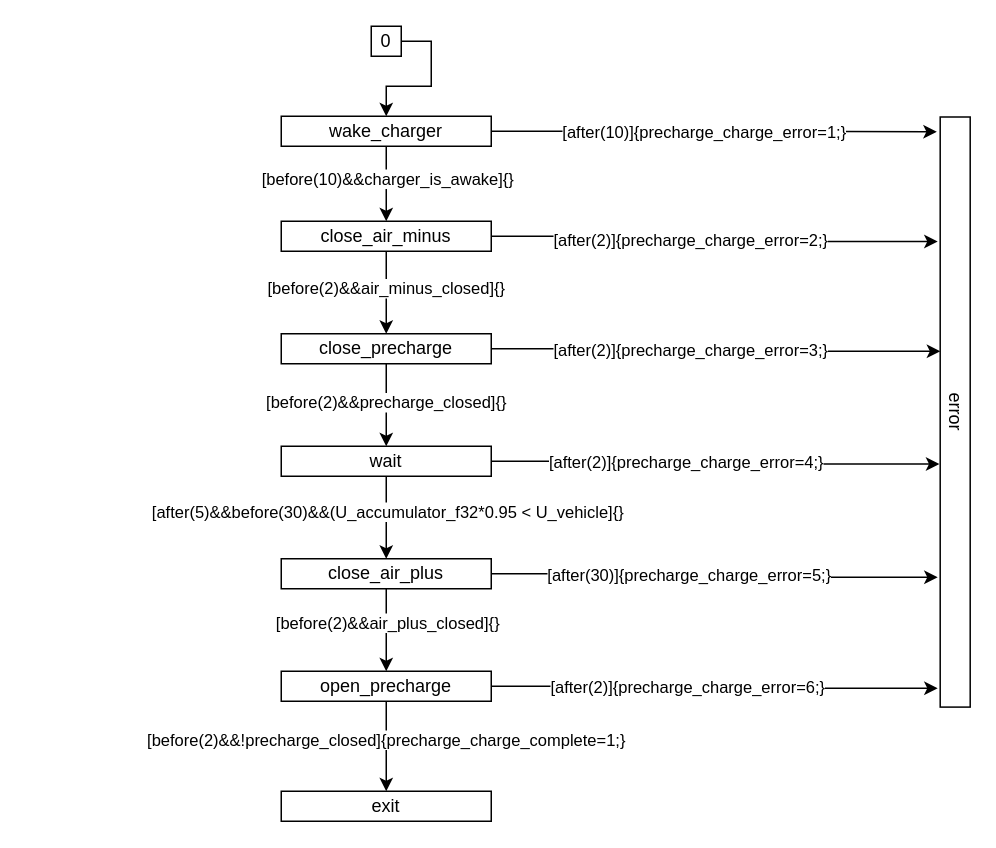
The draw.io diagram page "precharge_charge" (3 of 5) of xver/xsm/XML/graph.drawio in osceri/AMS-CC, before the edit. Source tidied: cells renumbered, new cells numbered last; positions are measured from the earlier drawing's top-left corner, leaving out a move shared by most shapes. Both pictures are drawn from the tidied source at 150%, with x=0, y=0 at pixel (280, 26).
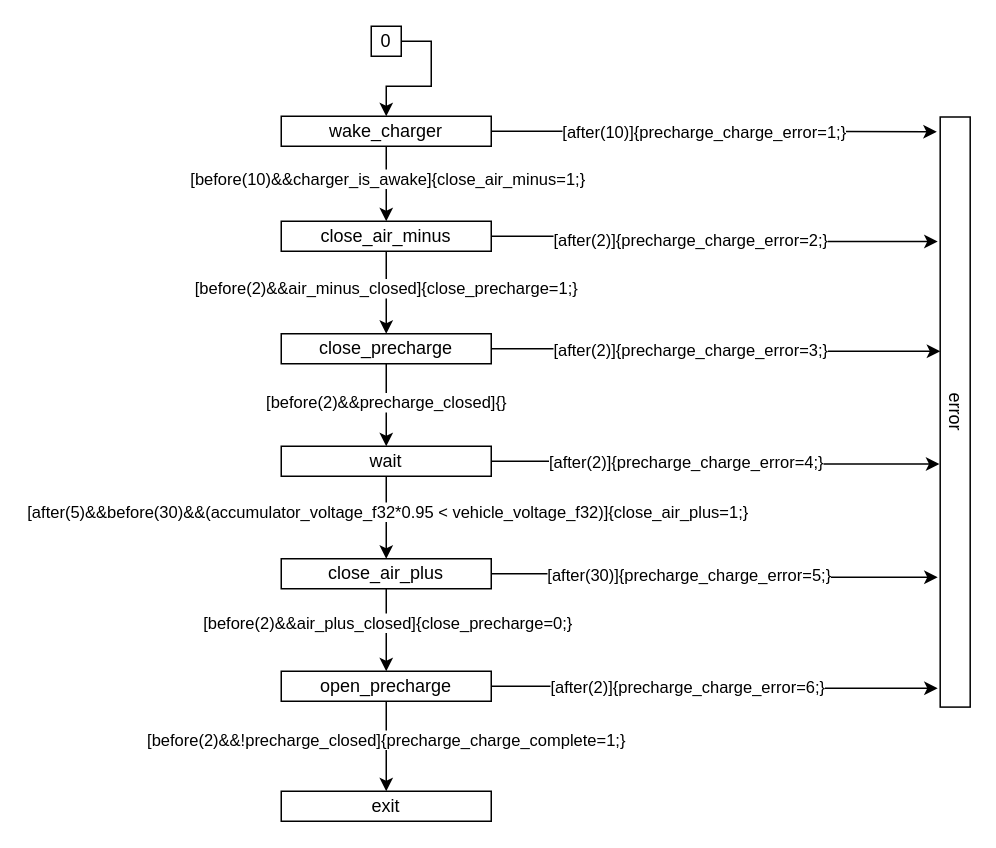
The same page after the edit.

Unchanged cells that the change refers to:
```xml
<mxCell id="2" style="edgeStyle=orthogonalEdgeStyle;rounded=0;jettySize=auto;html=1;exitX=0.5;exitY=1;exitDx=0;exitDy=0;entryX=0.5;entryY=0;entryDx=0;entryDy=0;" parent="1" edge="1" source="6" target="11">
  <mxGeometry relative="1" as="geometry" />
</mxCell>
<mxCell id="12" style="edgeStyle=orthogonalEdgeStyle;rounded=0;jettySize=auto;html=1;exitX=0.5;exitY=1;exitDx=0;exitDy=0;entryX=0.5;entryY=0;entryDx=0;entryDy=0;" parent="1" edge="1" source="16" target="21">
  <mxGeometry relative="1" as="geometry" />
</mxCell>
<mxCell id="17" style="edgeStyle=orthogonalEdgeStyle;rounded=0;jettySize=auto;html=1;exitX=0.5;exitY=1;exitDx=0;exitDy=0;entryX=0.5;entryY=0;entryDx=0;entryDy=0;" parent="1" edge="1" source="21" target="26">
  <mxGeometry relative="1" as="geometry" />
</mxCell>
<mxCell id="31" style="edgeStyle=orthogonalEdgeStyle;rounded=0;jettySize=auto;html=1;exitX=0.5;exitY=1;exitDx=0;exitDy=0;entryX=0.5;entryY=0;entryDx=0;entryDy=0;" parent="1" edge="1" source="35" target="6">
  <mxGeometry relative="1" as="geometry" />
</mxCell>
```

Change to the diagram source:
```diff
@@
-    <mxCell id="3" value="[before(2)&amp;amp;&amp;amp;air_minus_closed]{}" style="edgeLabel;html=1;align=center;verticalAlign=middle;" parent="2" vertex="1">
+    <mxCell id="3" value="[before(2)&amp;amp;&amp;amp;air_minus_closed]{close_precharge=1;}" style="edgeLabel;html=1;align=center;verticalAlign=middle;" parent="2" vertex="1">
       <mxGeometry x="-0.13" y="-1" relative="1" as="geometry" />
     </mxCell>
@@
-    <mxCell id="13" value="[after(5)&amp;amp;&amp;amp;before(30)&amp;amp;&amp;amp;(U_accumulator_f32*0.95 &amp;lt; U_vehicle]{}" style="edgeLabel;html=1;align=center;verticalAlign=middle;" parent="12" vertex="1">
+    <mxCell id="13" value="[after(5)&amp;amp;&amp;amp;before(30)&amp;amp;&amp;amp;(accumulator_voltage_f32*0.95 &amp;lt; vehicle_voltage_f32)]{close_air_plus=1;}" style="edgeLabel;html=1;align=center;verticalAlign=middle;" parent="12" vertex="1">
       <mxGeometry x="-0.17" relative="1" as="geometry" />
     </mxCell>
@@
-    <mxCell id="18" value="[before(2)&amp;amp;&amp;amp;air_plus_closed]{}" style="edgeLabel;html=1;align=center;verticalAlign=middle;" parent="17" vertex="1">
+    <mxCell id="18" value="[before(2)&amp;amp;&amp;amp;air_plus_closed]{close_precharge=0;}" style="edgeLabel;html=1;align=center;verticalAlign=middle;" parent="17" vertex="1">
       <mxGeometry x="-0.21" relative="1" as="geometry" />
     </mxCell>
@@
-    <mxCell id="32" value="[before(10)&amp;amp;&amp;amp;charger_is_awake]{}" style="edgeLabel;html=1;align=center;verticalAlign=middle;" parent="31" vertex="1">
+    <mxCell id="32" value="[before(10)&amp;amp;&amp;amp;charger_is_awake]{close_air_minus=1;}" style="edgeLabel;html=1;align=center;verticalAlign=middle;" parent="31" vertex="1">
       <mxGeometry x="-0.16" relative="1" as="geometry" />
     </mxCell>
```
